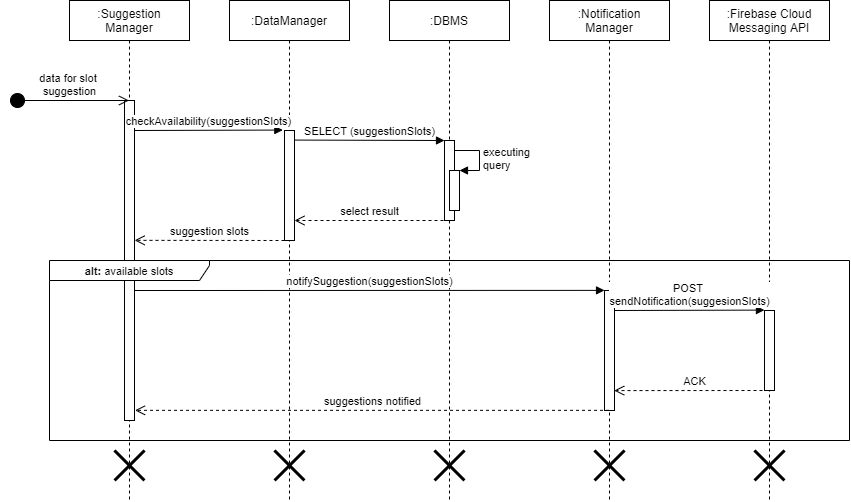
This is DD/Runtime view diagram/suggestion mobile app.png from CosimoSguanci/SguanciSpataforaVergani-RASD-DD-ingsw2, a draw.io export, as it was before one commit. Source tidied: cells renumbered, new cells last; positions are measured from the earlier drawing's top-left corner, leaving out a move shared by most shapes.
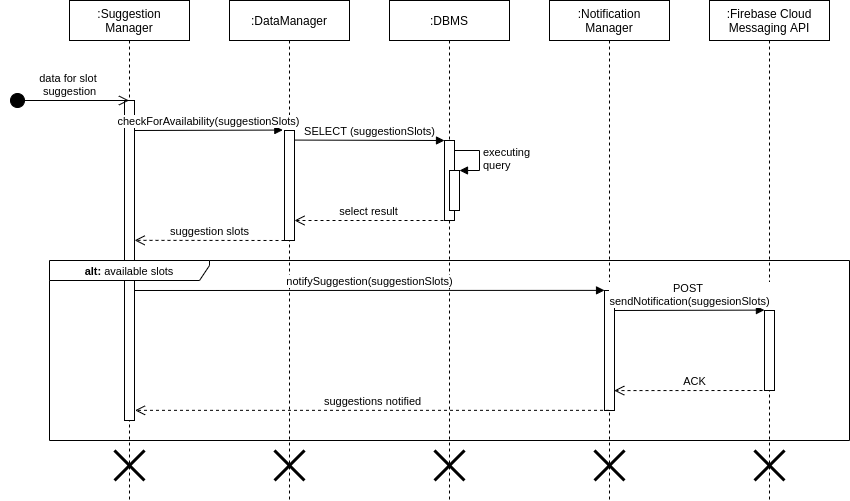
The same diagram one commit later.

What changed in the source:
```diff
@@ -101,7 +101,7 @@
     <mxCell id="27" style="shape=umlDestroy;whiteSpace=wrap;html=1;strokeWidth=3;" parent="1" vertex="1">
       <mxGeometry x="745" y="450" width="30" height="30" as="geometry" />
     </mxCell>
-    <mxCell id="28" value="checkAvailability(suggestionSlots)" style="html=1;verticalAlign=bottom;endArrow=block;entryX=-0.167;entryY=-0.004;entryDx=0;entryDy=0;entryPerimeter=0;" parent="1" edge="1" target="13">
+    <mxCell id="28" value="checkForAvailability(suggestionSlots)" style="html=1;verticalAlign=bottom;endArrow=block;entryX=-0.167;entryY=-0.004;entryDx=0;entryDy=0;entryPerimeter=0;" parent="1" edge="1" target="13">
       <mxGeometry relative="1" as="geometry">
         <mxPoint x="125" y="130" as="sourcePoint" />
       </mxGeometry>
```
